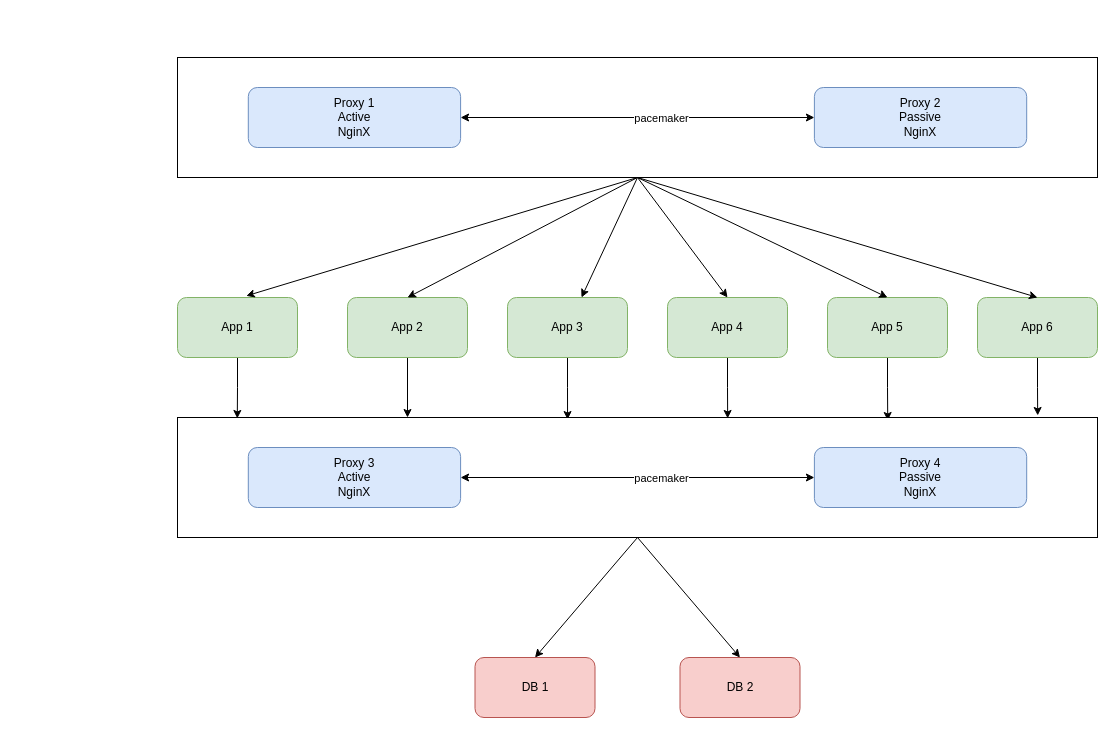
The draw.io diagram New Central.drawio in phongdd/CK-Flows, before the edit. Source tidied: cells renumbered, new cells numbered last; positions are measured from the earlier drawing's top-left corner, leaving out a move shared by most shapes. Both pictures are drawn from the tidied source at 100%, with x=0, y=0 at pixel (177, 57).
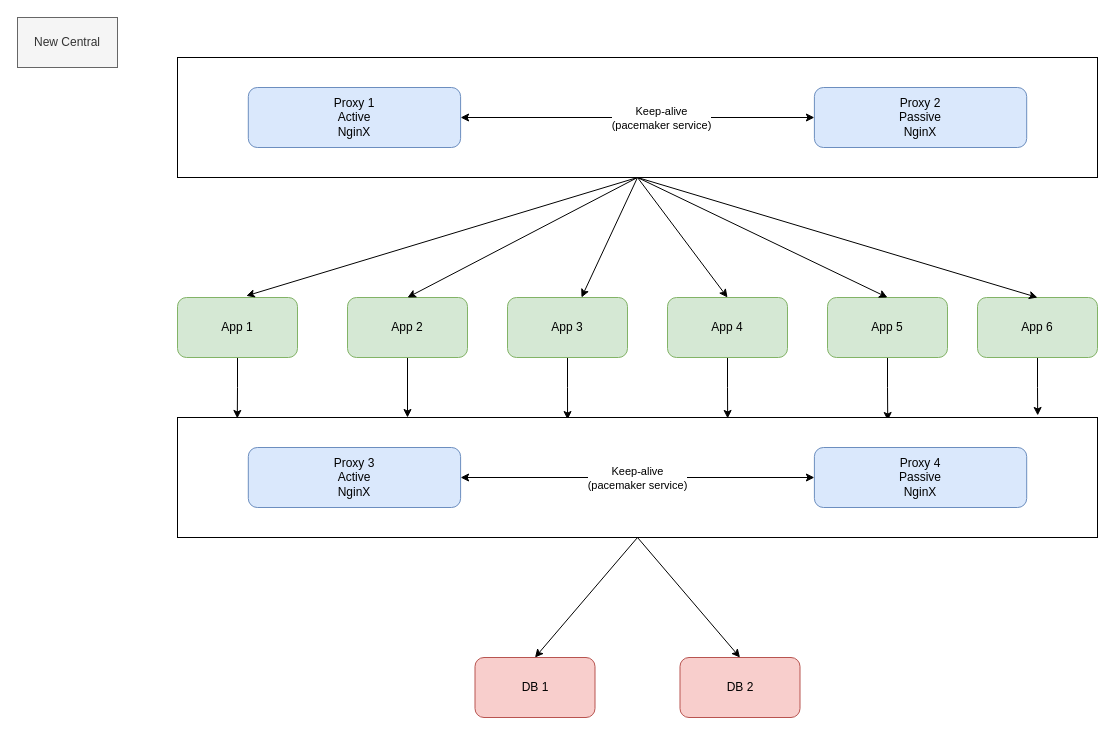
The same diagram, later.

The change refers to these unchanged cells:
```xml
<mxCell id="26" style="endArrow=classic;startArrow=classic;html=1;rounded=0;exitX=1;exitY=0.5;exitDx=0;exitDy=0;" parent="22" edge="1" source="24" target="25">
  <mxGeometry relative="1" as="geometry" />
</mxCell>
<mxCell id="32" style="endArrow=classic;startArrow=classic;html=1;rounded=0;exitX=1;exitY=0.5;exitDx=0;exitDy=0;" parent="28" edge="1" source="30" target="31">
  <mxGeometry relative="1" as="geometry" />
</mxCell>
```

The edit, as a diff of the source:
```diff
@@
-    <mxCell id="27" value="pacemaker" style="edgeLabel;html=1;align=center;verticalAlign=middle;" parent="26" vertex="1">
+    <mxCell id="27" value="Keep-alive&lt;br style=&quot;border-color: var(--border-color);&quot;&gt;(pacemaker service)" style="edgeLabel;html=1;align=center;verticalAlign=middle;" parent="26" vertex="1">
       <mxGeometry x="0.24" relative="1" as="geometry">
         <mxPoint x="-19" as="offset" />
       </mxGeometry>
     </mxCell>
@@
-    <mxCell id="33" value="pacemaker" style="edgeLabel;html=1;align=center;verticalAlign=middle;" parent="32" vertex="1">
+    <mxCell id="33" value="Keep-alive&lt;br style=&quot;border-color: var(--border-color);&quot;&gt;(pacemaker service)" style="edgeLabel;html=1;align=center;verticalAlign=middle;" parent="32" vertex="1">
       <mxGeometry x="0.24" relative="1" as="geometry">
-        <mxPoint x="-19" as="offset" />
+        <mxPoint x="-43" as="offset" />
       </mxGeometry>
     </mxCell>
@@
+    <mxCell id="36" value="New Central" style="html=1;dashed=0;whiteSpace=wrap;fillColor=#f5f5f5;fontColor=#333333;strokeColor=#666666;" parent="1" vertex="1">
+      <mxGeometry x="-160" y="-40" width="100" height="50" as="geometry" />
+    </mxCell>
```
